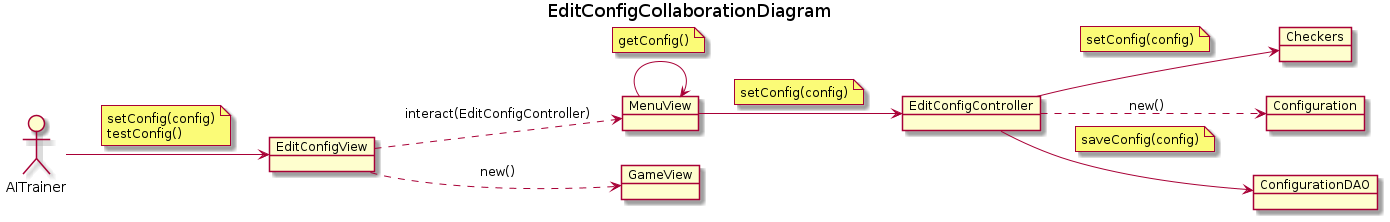
Before: docs/output/analysis/use-cases/EditConfigCollaborationDiagram.png, a diagram exported from PlantUML (Master-Desarrollo-20-21/patrones-diseno---practica-final---juego-de-las-damas-fraylopez).
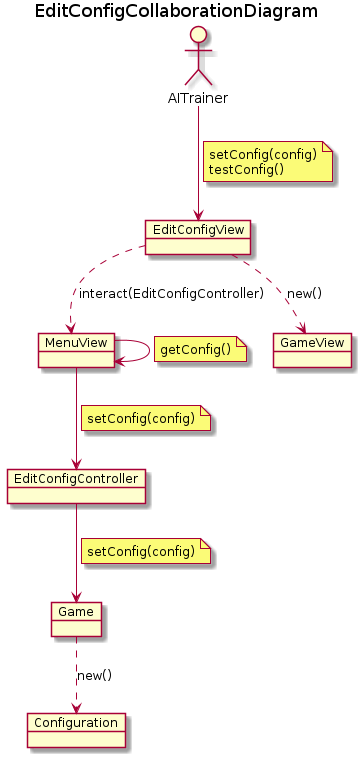
After the change.

Change to the diagram source:
```diff
@@ -1,17 +1,15 @@
 @startuml EditConfigCollaborationDiagram
 title EditConfigCollaborationDiagram
 allow_mixing
-left to right direction
 
 actor AITrainer
 
-object Checkers
+object Game
 object EditConfigView
 object MenuView
 object GameView
 object EditConfigController
 object Configuration
-object ConfigurationDAO
 
 AITrainer --> EditConfigView
 note on link
@@ -33,15 +31,12 @@
     setConfig(config)
 end note
 
-EditConfigController --> ConfigurationDAO
-note on link
-    saveConfig(config)
-end note
+
 EditConfigView .down.> GameView : new()
 
-EditConfigController ..> Configuration : new()
+Game ..> Configuration : new()
 
-EditConfigController --> Checkers
+EditConfigController --> Game
 note on link
     setConfig(config)
 end note
```
